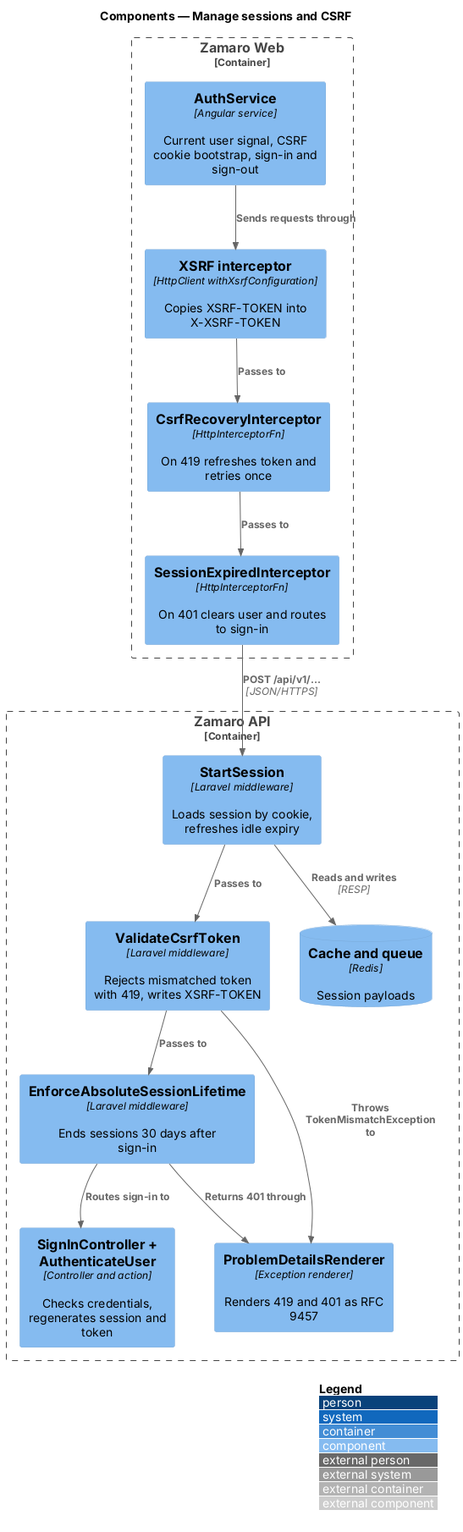
This is docs/detailed-designs/security/manage-sessions-and-csrf/diagrams/c4-component.png from QuinntyneBrown/zamaro, a PlantUML export, as it was before one commit. Its diagram source:
```plantuml
@startuml
!include <C4/C4_Component>
LAYOUT_WITH_LEGEND()
title Components — Manage sessions and CSRF

Container_Boundary(web, "Zamaro Web") {
  Component(auth, "AuthService", "Angular service", "Current user signal, CSRF cookie bootstrap, sign-in and sign-out")
  Component(xsrf, "XSRF interceptor", "HttpClient withXsrfConfiguration", "Copies XSRF-TOKEN into X-XSRF-TOKEN")
  Component(recover, "CsrfRecoveryInterceptor", "HttpInterceptorFn", "On 419 refreshes token and retries once")
  Component(expired, "SessionExpiredInterceptor", "HttpInterceptorFn", "On 401 clears user and routes to sign-in")
}
Container_Boundary(api, "Zamaro API") {
  Component(start, "StartSession", "Laravel middleware", "Loads session by cookie, refreshes idle expiry")
  Component(csrf, "ValidateCsrfToken", "Laravel middleware", "Rejects mismatched token with 419, writes XSRF-TOKEN")
  Component(absolute, "EnforceAbsoluteSessionLifetime", "Laravel middleware", "Ends sessions 30 days after sign-in")
  Component(signin, "SignInController + AuthenticateUser", "Controller and action", "Checks credentials, regenerates session and token")
  Component(problem, "ProblemDetailsRenderer", "Exception renderer", "Renders 419 and 401 as RFC 9457")
  ComponentDb(cache, "Cache and queue", "Redis", "Session payloads")
}
Rel(auth, xsrf, "Sends requests through")
Rel(xsrf, recover, "Passes to")
Rel(recover, expired, "Passes to")
Rel(expired, start, "POST /api/v1/...", "JSON/HTTPS")
Rel(start, cache, "Reads and writes", "RESP")
Rel(start, csrf, "Passes to")
Rel(csrf, absolute, "Passes to")
Rel(absolute, signin, "Routes sign-in to")
Rel(csrf, problem, "Throws TokenMismatchException to")
Rel(absolute, problem, "Returns 401 through")
@enduml
```
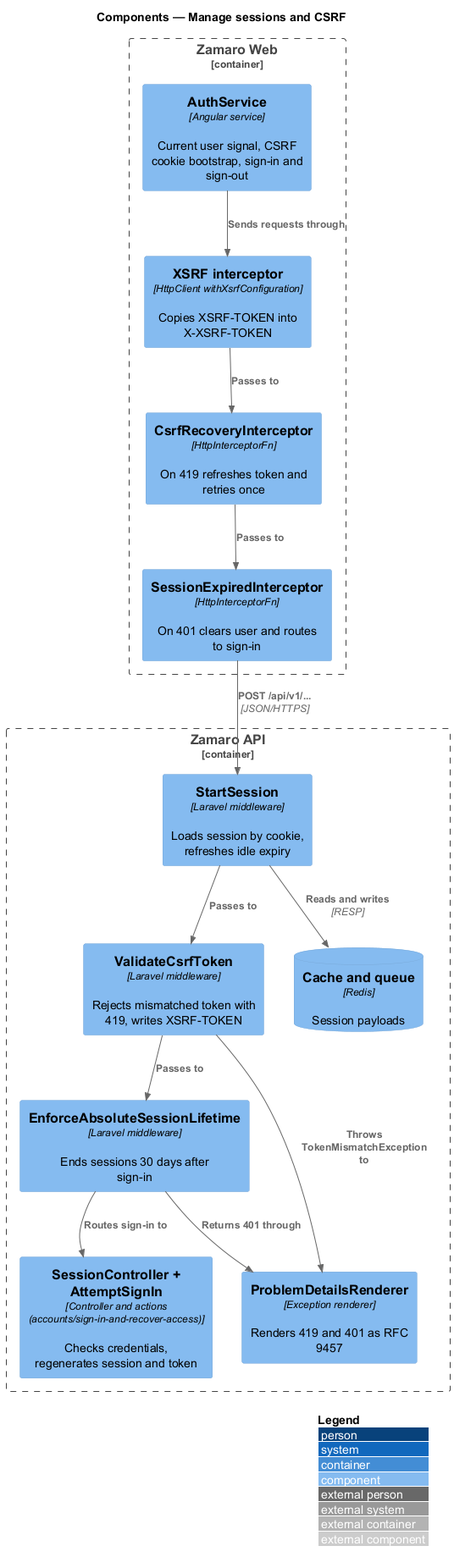
After the change.

Diff of the diagram source:
```diff
@@ -13,7 +13,7 @@
   Component(start, "StartSession", "Laravel middleware", "Loads session by cookie, refreshes idle expiry")
   Component(csrf, "ValidateCsrfToken", "Laravel middleware", "Rejects mismatched token with 419, writes XSRF-TOKEN")
   Component(absolute, "EnforceAbsoluteSessionLifetime", "Laravel middleware", "Ends sessions 30 days after sign-in")
-  Component(signin, "SignInController + AuthenticateUser", "Controller and action", "Checks credentials, regenerates session and token")
+  Component(signin, "SessionController + AttemptSignIn", "Controller and actions (accounts/sign-in-and-recover-access)", "Checks credentials, regenerates session and token")
   Component(problem, "ProblemDetailsRenderer", "Exception renderer", "Renders 419 and 401 as RFC 9457")
   ComponentDb(cache, "Cache and queue", "Redis", "Session payloads")
 }
```
